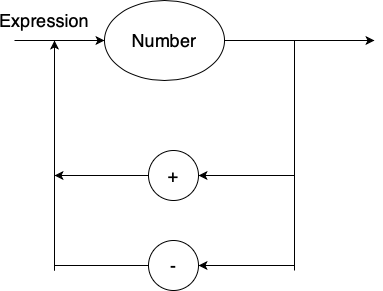
This is SintxDiagram.png from LucasVaz97/Compiler, a draw.io export, as it was before one commit. Source tidied: cells renumbered, new cells last; positions are measured from the earlier drawing's top-left corner, leaving out a move shared by most shapes.
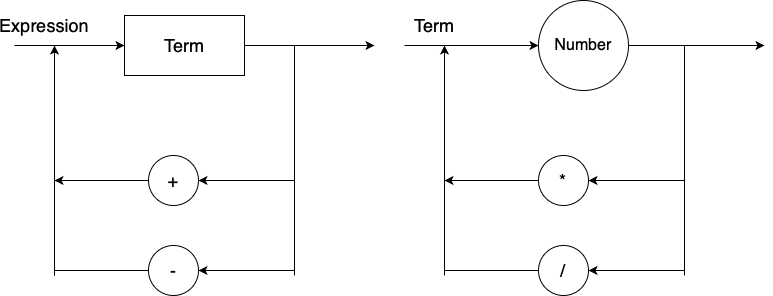
Above is the later version.

What changed in the source:
```diff
@@ -2,16 +2,15 @@
   <root>
     <mxCell id="0" />
     <mxCell id="1" parent="0" />
-    <mxCell id="2" value="Number" style="ellipse;whiteSpace=wrap;html=1;fontSize=18;" parent="1" vertex="1">
-      <mxGeometry x="90" width="120" height="80" as="geometry" />
-    </mxCell>
-    <mxCell id="3" style="endArrow=classic;html=1;fontSize=18;entryX=0;entryY=0.5;entryDx=0;entryDy=0;" parent="1" edge="1" target="2">
+    <mxCell id="3" style="endArrow=classic;html=1;fontSize=18;entryX=0;entryY=0.5;entryDx=0;entryDy=0;" parent="1" edge="1">
       <mxGeometry relative="1" as="geometry">
         <mxPoint y="40" as="sourcePoint" />
+        <mxPoint x="110" y="40" as="targetPoint" />
       </mxGeometry>
     </mxCell>
-    <mxCell id="4" style="endArrow=classic;html=1;fontSize=18;exitX=1;exitY=0.5;exitDx=0;exitDy=0;" parent="1" edge="1" source="2">
+    <mxCell id="4" style="endArrow=classic;html=1;fontSize=18;exitX=1;exitY=0.5;exitDx=0;exitDy=0;" parent="1" edge="1">
       <mxGeometry relative="1" as="geometry">
+        <mxPoint x="230" y="40" as="sourcePoint" />
         <mxPoint x="360" y="40" as="targetPoint" />
       </mxGeometry>
     </mxCell>
@@ -56,5 +55,62 @@
     <mxCell id="13" value="Expression" style="text;html=1;strokeColor=none;fillColor=none;align=center;verticalAlign=middle;whiteSpace=wrap;rounded=0;fontSize=18;" parent="1" vertex="1">
       <mxGeometry x="10" y="10" width="40" height="20" as="geometry" />
     </mxCell>
+    <mxCell id="14" value="&lt;font style=&quot;font-size: 18px&quot;&gt;Term&lt;/font&gt;" style="rounded=0;whiteSpace=wrap;html=1;fontSize=20;" parent="1" vertex="1">
+      <mxGeometry x="110" y="10" width="120" height="60" as="geometry" />
+    </mxCell>
+    <mxCell id="15" style="endArrow=classic;html=1;fontSize=18;entryX=0;entryY=0.5;entryDx=0;entryDy=0;" parent="1" edge="1" target="2">
+      <mxGeometry relative="1" as="geometry">
+        <mxPoint x="390" y="40" as="sourcePoint" />
+      </mxGeometry>
+    </mxCell>
+    <mxCell id="16" style="endArrow=classic;html=1;fontSize=18;exitX=1;exitY=0.5;exitDx=0;exitDy=0;" parent="1" edge="1" source="2">
+      <mxGeometry relative="1" as="geometry">
+        <mxPoint x="750" y="40" as="targetPoint" />
+      </mxGeometry>
+    </mxCell>
+    <mxCell id="17" value="*" style="ellipse;whiteSpace=wrap;html=1;fontSize=18;" parent="1" vertex="1">
+      <mxGeometry x="524" y="150" width="50" height="50" as="geometry" />
+    </mxCell>
+    <mxCell id="18" value="/" style="ellipse;whiteSpace=wrap;html=1;fontSize=18;" parent="1" vertex="1">
+      <mxGeometry x="524" y="240" width="50" height="50" as="geometry" />
+    </mxCell>
+    <mxCell id="19" style="endArrow=none;html=1;fontSize=18;" parent="1" edge="1">
+      <mxGeometry relative="1" as="geometry">
+        <mxPoint x="670" y="270" as="sourcePoint" />
+        <mxPoint x="670" y="40" as="targetPoint" />
+      </mxGeometry>
+    </mxCell>
+    <mxCell id="20" style="endArrow=classic;html=1;fontSize=18;entryX=1;entryY=0.5;entryDx=0;entryDy=0;" parent="1" edge="1" target="18">
+      <mxGeometry relative="1" as="geometry">
+        <mxPoint x="670" y="265" as="sourcePoint" />
+      </mxGeometry>
+    </mxCell>
+    <mxCell id="21" style="endArrow=classic;html=1;fontSize=18;entryX=1;entryY=0.5;entryDx=0;entryDy=0;" parent="1" edge="1" target="17">
+      <mxGeometry relative="1" as="geometry">
+        <mxPoint x="670" y="175" as="sourcePoint" />
+      </mxGeometry>
+    </mxCell>
+    <mxCell id="22" style="endArrow=none;html=1;fontSize=18;exitX=0;exitY=0.5;exitDx=0;exitDy=0;" parent="1" edge="1" source="18">
+      <mxGeometry relative="1" as="geometry">
+        <mxPoint x="430" y="265" as="targetPoint" />
+      </mxGeometry>
+    </mxCell>
+    <mxCell id="23" style="endArrow=classic;html=1;fontSize=18;" parent="1" edge="1">
+      <mxGeometry relative="1" as="geometry">
+        <mxPoint x="430" y="270" as="sourcePoint" />
+        <mxPoint x="430" y="40" as="targetPoint" />
+      </mxGeometry>
+    </mxCell>
+    <mxCell id="24" style="endArrow=classic;html=1;fontSize=18;exitX=0;exitY=0.5;exitDx=0;exitDy=0;" parent="1" edge="1" source="17">
+      <mxGeometry relative="1" as="geometry">
+        <mxPoint x="430" y="175" as="targetPoint" />
+      </mxGeometry>
+    </mxCell>
+    <mxCell id="25" value="Term" style="text;html=1;strokeColor=none;fillColor=none;align=center;verticalAlign=middle;whiteSpace=wrap;rounded=0;fontSize=18;" parent="1" vertex="1">
+      <mxGeometry x="400" y="10" width="40" height="20" as="geometry" />
+    </mxCell>
+    <mxCell id="2" value="&lt;font size=&quot;3&quot;&gt;Number&lt;/font&gt;" style="ellipse;whiteSpace=wrap;html=1;" parent="1" vertex="1">
+      <mxGeometry x="524" y="-5" width="90" height="90" as="geometry" />
+    </mxCell>
   </root>
 </mxGraphModel>
```
